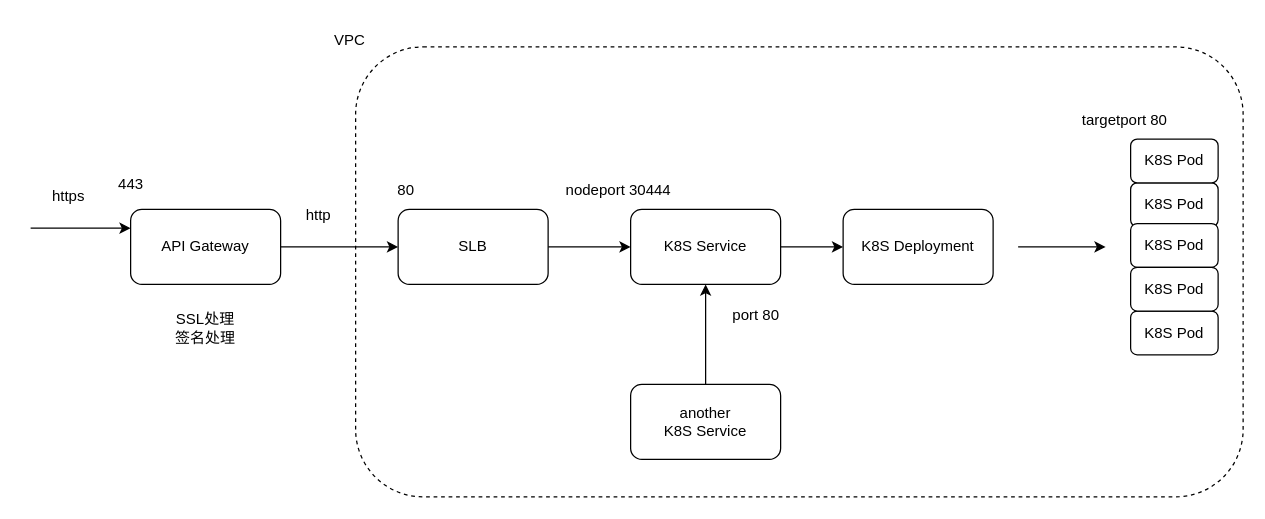
Earlier version of the draw.io diagram VF/scrm_access.drawio (yeahsyoung/diagram). Source tidied: cells renumbered, new cells numbered last; positions are measured from the earlier drawing's top-left corner, leaving out a move shared by most shapes. Both pictures are drawn from the tidied source at 125%, with x=0, y=0 at pixel (30, 21).
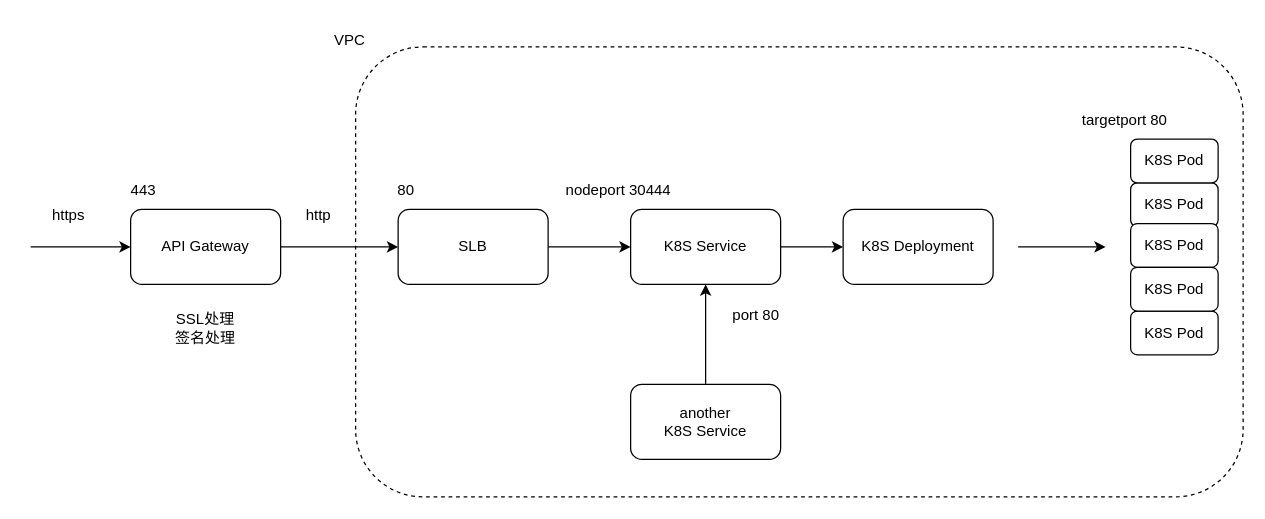
After the change.

Unchanged cells that the change refers to:
```xml
<mxCell id="4" value="API Gateway" style="rounded=1;whiteSpace=wrap;html=1;" parent="1" vertex="1">
  <mxGeometry x="80" y="150" width="120" height="60" as="geometry" />
</mxCell>
```

The edit, as a diff of the source:
```diff
@@
-    <mxCell id="9" style="endArrow=classic;html=1;rounded=0;entryX=0;entryY=0.25;entryDx=0;entryDy=0;" parent="1" edge="1" target="4">
+    <mxCell id="9" style="endArrow=classic;html=1;rounded=0;entryX=0;entryY=0.5;entryDx=0;entryDy=0;" parent="1" edge="1" target="4">
       <mxGeometry relative="1" as="geometry">
-        <mxPoint y="165" as="sourcePoint" />
+        <mxPoint y="180" as="sourcePoint" />
       </mxGeometry>
     </mxCell>
     <mxCell id="10" value="https" style="text;html=1;align=center;verticalAlign=middle;strokeColor=none;fillColor=none;" parent="1" vertex="1">
-      <mxGeometry x="5" y="125" width="50" height="30" as="geometry" />
+      <mxGeometry x="5" y="140" width="50" height="30" as="geometry" />
     </mxCell>
@@
     <mxCell id="23" value="443" style="text;html=1;align=center;verticalAlign=middle;strokeColor=none;fillColor=none;" parent="1" vertex="1">
-      <mxGeometry x="60" y="115" width="40" height="30" as="geometry" />
+      <mxGeometry x="70" y="120" width="40" height="30" as="geometry" />
     </mxCell>
```
